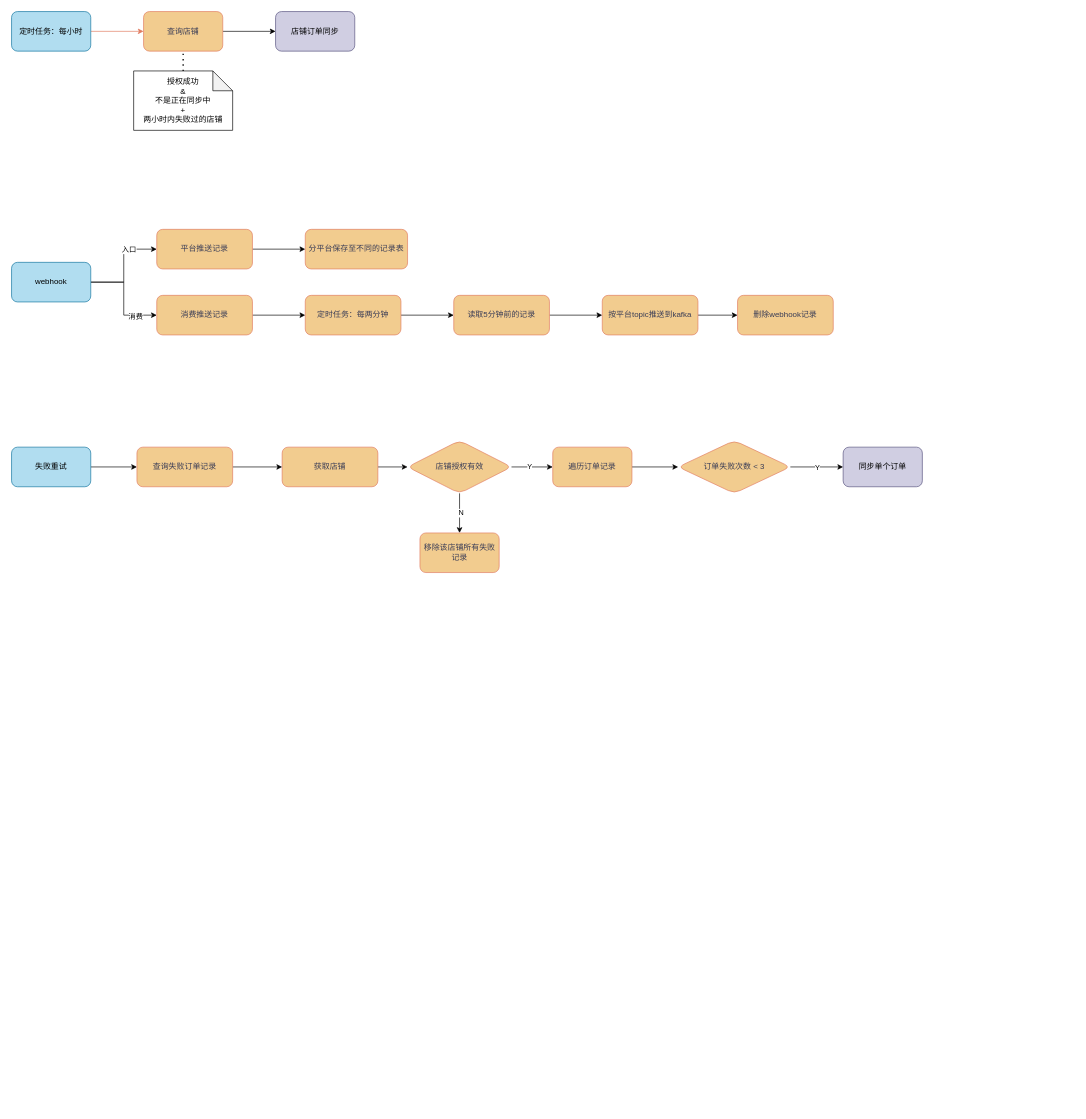
Above: 未命名绘图.drawio in onemrc/note (draw.io), before the change. Source tidied: cells renumbered, new cells numbered last; positions are measured from the earlier drawing's top-left corner, leaving out a move shared by most shapes. Both pictures are drawn from the tidied source at 66%, with x=0, y=0 at pixel (11, 11).
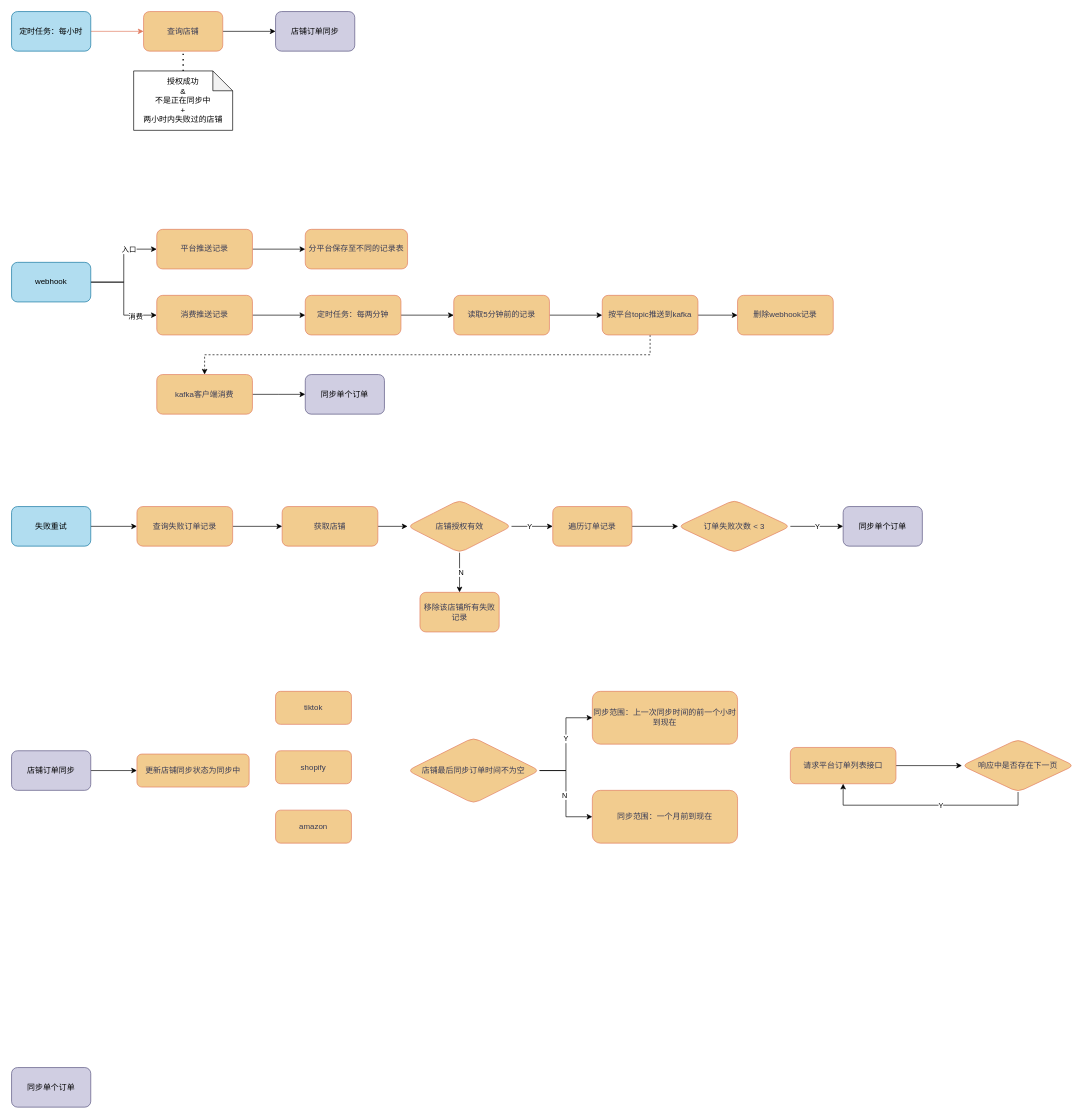
After the change.

Unchanged cells that the change refers to:
```xml
<mxCell id="42" value="按平台topic推送到kafka" style="rounded=1;whiteSpace=wrap;html=1;labelBackgroundColor=none;fillColor=#F2CC8F;strokeColor=#E07A5F;fontColor=#393C56;" parent="1" vertex="1">
  <mxGeometry x="895" y="430" width="145" height="60" as="geometry" />
</mxCell>
```

Change to the diagram source:
```diff
@@
     <mxCell id="10" value="失败重试" style="rounded=1;whiteSpace=wrap;html=1;labelBackgroundColor=none;fillColor=#b1ddf0;strokeColor=#10739e;" parent="1" vertex="1">
-      <mxGeometry y="660" width="120" height="60" as="geometry" />
+      <mxGeometry y="750" width="120" height="60" as="geometry" />
     </mxCell>
@@
     <mxCell id="17" value="获取店铺" style="rounded=1;whiteSpace=wrap;html=1;labelBackgroundColor=none;fillColor=#F2CC8F;strokeColor=#E07A5F;fontColor=#393C56;" parent="1" vertex="1">
-      <mxGeometry x="410" y="660" width="145" height="60" as="geometry" />
+      <mxGeometry x="410" y="750" width="145" height="60" as="geometry" />
     </mxCell>
@@
     <mxCell id="22" value="店铺授权有效" style="rhombus;whiteSpace=wrap;html=1;fillColor=#F2CC8F;strokeColor=#E07A5F;fontColor=#393C56;rounded=1;labelBackgroundColor=none;" parent="1" vertex="1">
-      <mxGeometry x="600" y="650" width="157.5" height="80" as="geometry" />
+      <mxGeometry x="600" y="740" width="157.5" height="80" as="geometry" />
     </mxCell>
@@
     <mxCell id="24" value="遍历订单记录" style="whiteSpace=wrap;html=1;fillColor=#F2CC8F;strokeColor=#E07A5F;fontColor=#393C56;rounded=1;labelBackgroundColor=none;" parent="1" vertex="1">
-      <mxGeometry x="820" y="660" width="120" height="60" as="geometry" />
+      <mxGeometry x="820" y="750" width="120" height="60" as="geometry" />
     </mxCell>
@@
     <mxCell id="26" value="查询失败订单记录" style="rounded=1;whiteSpace=wrap;html=1;labelBackgroundColor=none;fillColor=#F2CC8F;strokeColor=#E07A5F;fontColor=#393C56;" parent="1" vertex="1">
-      <mxGeometry x="190" y="660" width="145" height="60" as="geometry" />
+      <mxGeometry x="190" y="750" width="145" height="60" as="geometry" />
     </mxCell>
     <mxCell id="27" value="移除该店铺所有失败记录" style="whiteSpace=wrap;html=1;fillColor=#F2CC8F;strokeColor=#E07A5F;fontColor=#393C56;rounded=1;labelBackgroundColor=none;" parent="1" vertex="1">
-      <mxGeometry x="618.8" y="790" width="120" height="60" as="geometry" />
+      <mxGeometry x="618.8" y="880" width="120" height="60" as="geometry" />
     </mxCell>
@@
     <mxCell id="30" value="订单失败次数 &amp;lt; 3" style="rhombus;whiteSpace=wrap;html=1;fillColor=#F2CC8F;strokeColor=#E07A5F;fontColor=#393C56;rounded=1;labelBackgroundColor=none;" parent="1" vertex="1">
-      <mxGeometry x="1010" y="650" width="170" height="80" as="geometry" />
+      <mxGeometry x="1010" y="740" width="170" height="80" as="geometry" />
     </mxCell>
     <mxCell id="31" value="同步单个订单" style="whiteSpace=wrap;html=1;fillColor=#d0cee2;strokeColor=#56517e;rounded=1;labelBackgroundColor=none;" parent="1" vertex="1">
-      <mxGeometry x="1260" y="660" width="120" height="60" as="geometry" />
+      <mxGeometry x="1260" y="750" width="120" height="60" as="geometry" />
     </mxCell>
@@
+    <mxCell id="44" style="edgeStyle=orthogonalEdgeStyle;rounded=0;jettySize=auto;html=1;exitX=0.5;exitY=1;exitDx=0;exitDy=0;dashed=1;" parent="1" edge="1" source="42" target="46">
+      <mxGeometry relative="1" as="geometry" />
+    </mxCell>
@@
+    <mxCell id="45" style="edgeStyle=orthogonalEdgeStyle;rounded=0;jettySize=auto;html=1;" parent="1" edge="1" source="46">
+      <mxGeometry relative="1" as="geometry">
+        <mxPoint x="445" y="580" as="targetPoint" />
+      </mxGeometry>
+    </mxCell>
+    <mxCell id="46" value="kafka客户端消费" style="rounded=1;whiteSpace=wrap;html=1;labelBackgroundColor=none;fillColor=#F2CC8F;strokeColor=#E07A5F;fontColor=#393C56;" parent="1" vertex="1">
+      <mxGeometry x="220" y="550" width="145" height="60" as="geometry" />
+    </mxCell>
+    <mxCell id="47" value="同步单个订单" style="whiteSpace=wrap;html=1;fillColor=#d0cee2;strokeColor=#56517e;rounded=1;labelBackgroundColor=none;" parent="1" vertex="1">
+      <mxGeometry x="445" y="550" width="120" height="60" as="geometry" />
+    </mxCell>
+    <mxCell id="48" style="edgeStyle=orthogonalEdgeStyle;rounded=0;jettySize=auto;html=1;exitX=1;exitY=0.5;exitDx=0;exitDy=0;" parent="1" edge="1" source="49" target="51">
+      <mxGeometry relative="1" as="geometry" />
+    </mxCell>
+    <mxCell id="49" value="店铺订单同步" style="rounded=1;whiteSpace=wrap;html=1;labelBackgroundColor=none;fillColor=#d0cee2;strokeColor=#56517e;" parent="1" vertex="1">
+      <mxGeometry y="1120" width="120" height="60" as="geometry" />
+    </mxCell>
+    <mxCell id="50" value="同步单个订单" style="whiteSpace=wrap;html=1;fillColor=#d0cee2;strokeColor=#56517e;rounded=1;labelBackgroundColor=none;" parent="1" vertex="1">
+      <mxGeometry y="1600" width="120" height="60" as="geometry" />
+    </mxCell>
+    <mxCell id="51" value="更新店铺同步状态为同步中" style="rounded=1;whiteSpace=wrap;html=1;labelBackgroundColor=none;fillColor=#F2CC8F;strokeColor=#E07A5F;fontColor=#393C56;" parent="1" vertex="1">
+      <mxGeometry x="190" y="1125" width="170" height="50" as="geometry" />
+    </mxCell>
+    <mxCell id="52" value="tiktok" style="rounded=1;whiteSpace=wrap;html=1;labelBackgroundColor=none;fillColor=#F2CC8F;strokeColor=#E07A5F;fontColor=#393C56;" parent="1" vertex="1">
+      <mxGeometry x="400" y="1030" width="115" height="50" as="geometry" />
+    </mxCell>
+    <mxCell id="53" value="shopify" style="rounded=1;whiteSpace=wrap;html=1;labelBackgroundColor=none;fillColor=#F2CC8F;strokeColor=#E07A5F;fontColor=#393C56;" parent="1" vertex="1">
+      <mxGeometry x="400" y="1120" width="115" height="50" as="geometry" />
+    </mxCell>
+    <mxCell id="54" value="amazon" style="rounded=1;whiteSpace=wrap;html=1;labelBackgroundColor=none;fillColor=#F2CC8F;strokeColor=#E07A5F;fontColor=#393C56;" parent="1" vertex="1">
+      <mxGeometry x="400" y="1210" width="115" height="50" as="geometry" />
+    </mxCell>
+    <mxCell id="55" style="edgeStyle=orthogonalEdgeStyle;rounded=0;jettySize=auto;html=1;exitX=1;exitY=0.5;exitDx=0;exitDy=0;entryX=0;entryY=0.5;entryDx=0;entryDy=0;" parent="1" edge="1" source="59" target="60">
+      <mxGeometry relative="1" as="geometry" />
+    </mxCell>
+    <mxCell id="56" value="Y" style="edgeLabel;html=1;align=center;verticalAlign=middle;" parent="55" vertex="1">
+      <mxGeometry x="0.11" y="1" relative="1" as="geometry" />
+    </mxCell>
+    <mxCell id="57" style="edgeStyle=orthogonalEdgeStyle;rounded=0;jettySize=auto;html=1;exitX=1;exitY=0.5;exitDx=0;exitDy=0;entryX=0;entryY=0.5;entryDx=0;entryDy=0;" parent="1" edge="1" source="59" target="61">
+      <mxGeometry relative="1" as="geometry" />
+    </mxCell>
+    <mxCell id="58" value="N" style="edgeLabel;html=1;align=center;verticalAlign=middle;" parent="57" vertex="1">
+      <mxGeometry x="0.03" y="-3" relative="1" as="geometry" />
+    </mxCell>
+    <mxCell id="59" value="店铺最后同步订单时间不为空" style="rhombus;whiteSpace=wrap;html=1;fillColor=#F2CC8F;strokeColor=#E07A5F;fontColor=#393C56;rounded=1;labelBackgroundColor=none;" parent="1" vertex="1">
+      <mxGeometry x="600" y="1100" width="200" height="100" as="geometry" />
+    </mxCell>
+    <mxCell id="60" value="同步范围：上一次同步时间的前一个小时到现在" style="whiteSpace=wrap;html=1;fillColor=#F2CC8F;strokeColor=#E07A5F;fontColor=#393C56;rounded=1;labelBackgroundColor=none;" parent="1" vertex="1">
+      <mxGeometry x="880" y="1030" width="220" height="80" as="geometry" />
+    </mxCell>
+    <mxCell id="61" value="同步范围：一个月前到现在" style="whiteSpace=wrap;html=1;fillColor=#F2CC8F;strokeColor=#E07A5F;fontColor=#393C56;rounded=1;labelBackgroundColor=none;" parent="1" vertex="1">
+      <mxGeometry x="880" y="1180" width="220" height="80" as="geometry" />
+    </mxCell>
+    <mxCell id="62" style="edgeStyle=orthogonalEdgeStyle;rounded=0;jettySize=auto;html=1;exitX=1;exitY=0.5;exitDx=0;exitDy=0;" parent="1" edge="1" source="63" target="66">
+      <mxGeometry relative="1" as="geometry" />
+    </mxCell>
+    <mxCell id="63" value="请求平台订单列表接口" style="whiteSpace=wrap;html=1;fillColor=#F2CC8F;strokeColor=#E07A5F;fontColor=#393C56;rounded=1;labelBackgroundColor=none;" parent="1" vertex="1">
+      <mxGeometry x="1180" y="1115" width="160" height="55" as="geometry" />
+    </mxCell>
+    <mxCell id="64" style="edgeStyle=orthogonalEdgeStyle;rounded=0;jettySize=auto;html=1;exitX=0.5;exitY=1;exitDx=0;exitDy=0;entryX=0.5;entryY=1;entryDx=0;entryDy=0;" parent="1" edge="1" source="66" target="63">
+      <mxGeometry relative="1" as="geometry" />
+    </mxCell>
+    <mxCell id="65" value="Y" style="edgeLabel;html=1;align=center;verticalAlign=middle;" parent="64" vertex="1">
+      <mxGeometry x="-0.13" relative="1" as="geometry" />
+    </mxCell>
+    <mxCell id="66" value="响应中是否存在下一页" style="rhombus;whiteSpace=wrap;html=1;fillColor=#F2CC8F;strokeColor=#E07A5F;fontColor=#393C56;rounded=1;labelBackgroundColor=none;" parent="1" vertex="1">
+      <mxGeometry x="1440" y="1102.5" width="170" height="80" as="geometry" />
+    </mxCell>
```
